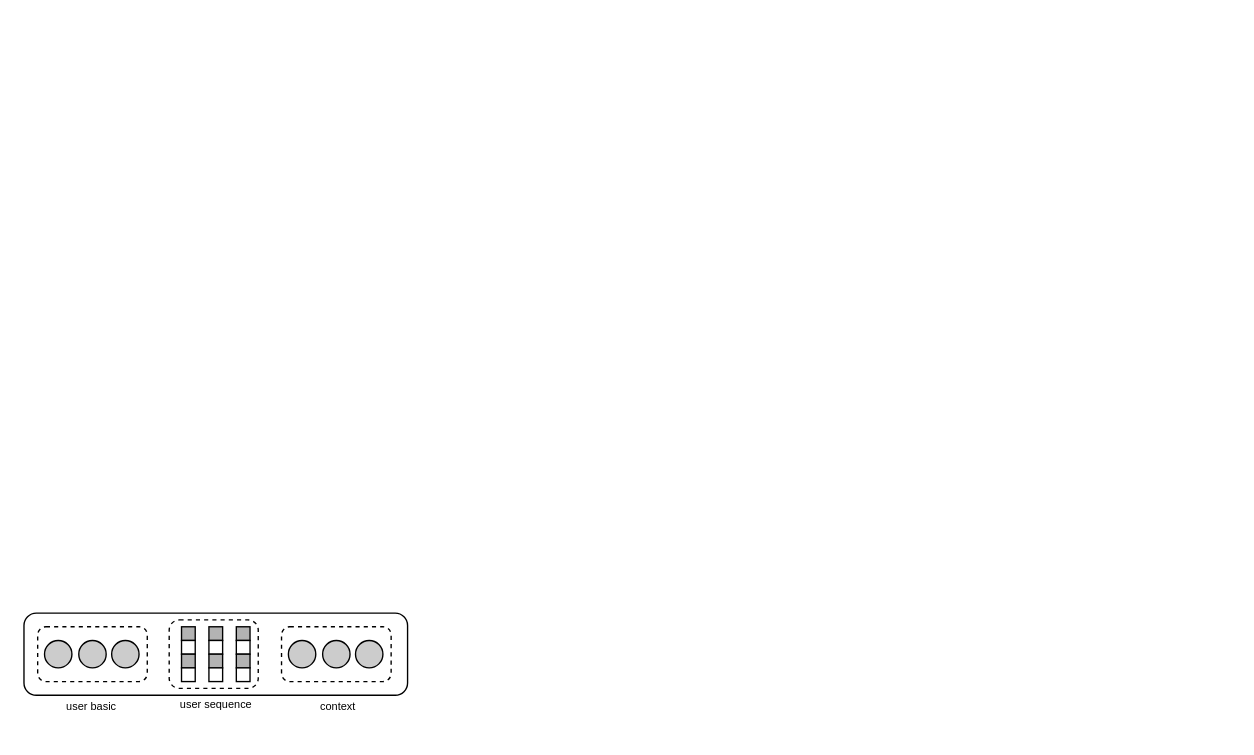
This is mm4p.drawio from ronxiao/hello-world, a draw.io file, before an edit. Source tidied: cells renumbered, new cells numbered last; positions are measured from the earlier drawing's top-left corner, leaving out a move shared by most shapes. Both pictures are drawn from the tidied source at 137%, with x=0, y=0 at pixel (23, 612).
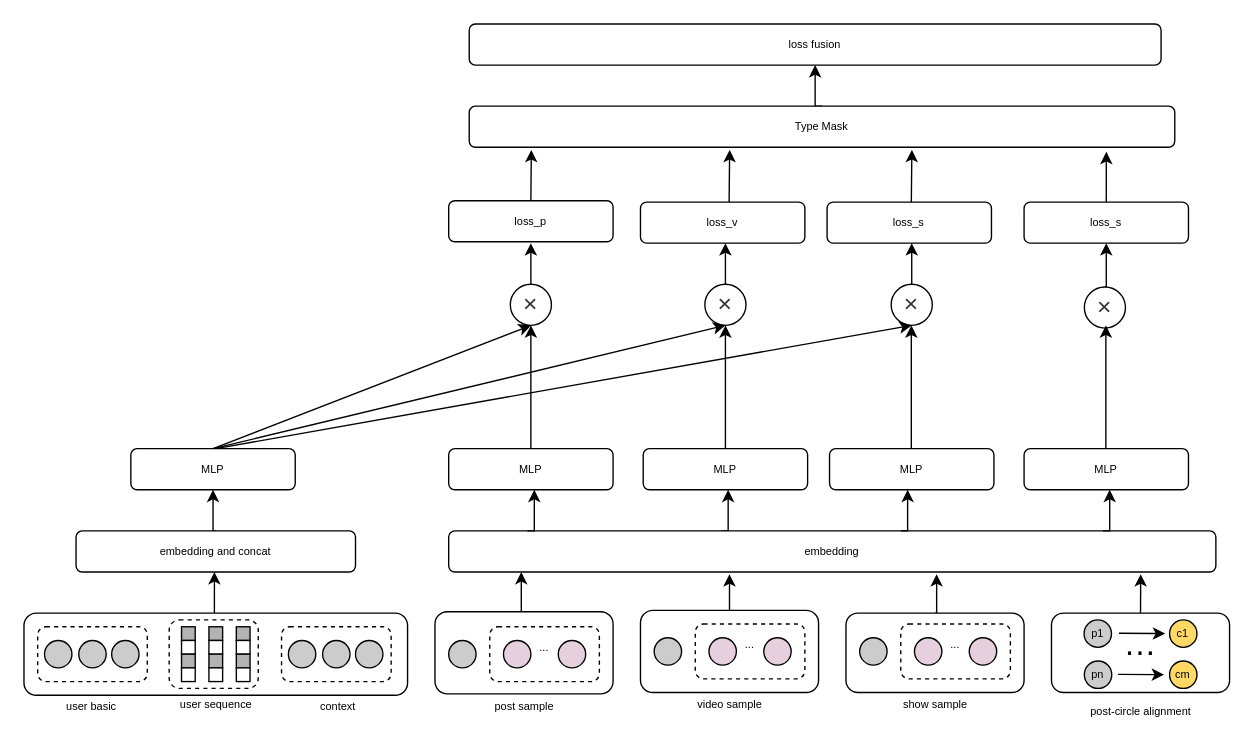
The same diagram, later.

Change to the diagram source:
```diff
@@
+    <mxCell id="30" style="edgeStyle=orthogonalEdgeStyle;rounded=0;orthogonalLoop=1;jettySize=auto;html=1;entryX=0.5;entryY=1;entryDx=0;entryDy=0;fontSize=8;" parent="1" edge="1">
+      <mxGeometry relative="1" as="geometry">
+        <mxPoint x="139" as="sourcePoint" />
+        <mxPoint x="139" y="-30" as="targetPoint" />
+      </mxGeometry>
+    </mxCell>
@@
+    <mxCell id="31" style="edgeStyle=orthogonalEdgeStyle;rounded=0;jettySize=auto;html=1;exitX=0.5;exitY=0;exitDx=0;exitDy=0;entryX=0.5;entryY=1;entryDx=0;entryDy=0;fontSize=8;" parent="1" edge="1" source="32" target="59">
+      <mxGeometry relative="1" as="geometry" />
+    </mxCell>
+    <mxCell id="32" value="embedding and concat" style="rounded=1;whiteSpace=wrap;html=1;fontSize=8;fillColor=#FFFFFF;" parent="1" vertex="1">
+      <mxGeometry x="38" y="-60" width="204" height="30" as="geometry" />
+    </mxCell>
+    <mxCell id="33" style="edgeStyle=orthogonalEdgeStyle;rounded=0;orthogonalLoop=1;jettySize=auto;html=1;exitX=0.5;exitY=0;exitDx=0;exitDy=0;fontSize=24;" parent="1" edge="1">
+      <mxGeometry relative="1" as="geometry">
+        <mxPoint x="365" y="-1" as="sourcePoint" />
+        <mxPoint x="363" y="-30" as="targetPoint" />
+      </mxGeometry>
+    </mxCell>
+    <mxCell id="34" style="rounded=1;whiteSpace=wrap;html=1;fontSize=8;fillColor=#FFFFFF;" parent="1" vertex="1">
+      <mxGeometry x="300" y="-1" width="130" height="60" as="geometry" />
+    </mxCell>
+    <mxCell id="35" style="ellipse;whiteSpace=wrap;html=1;fontSize=8;fillColor=#CCCCCC;" parent="1" vertex="1">
+      <mxGeometry x="310" y="20" width="20" height="20" as="geometry" />
+    </mxCell>
+    <mxCell id="36" style="rounded=1;whiteSpace=wrap;html=1;dashed=1;fontSize=8;fillColor=#FFFFFF;" parent="1" vertex="1">
+      <mxGeometry x="340" y="10" width="80" height="40" as="geometry" />
+    </mxCell>
+    <mxCell id="37" style="ellipse;whiteSpace=wrap;html=1;fontSize=8;fillColor=#E6D0DE;" parent="1" vertex="1">
+      <mxGeometry x="350" y="20" width="20" height="20" as="geometry" />
+    </mxCell>
+    <mxCell id="38" style="ellipse;whiteSpace=wrap;html=1;fontSize=8;fillColor=#E6D0DE;" parent="1" vertex="1">
+      <mxGeometry x="390" y="20" width="20" height="20" as="geometry" />
+    </mxCell>
+    <mxCell id="39" value="..." style="text;html=1;strokeColor=none;fillColor=none;align=center;verticalAlign=middle;whiteSpace=wrap;rounded=0;fontSize=8;" parent="1" vertex="1">
+      <mxGeometry x="350" y="10" width="60" height="30" as="geometry" />
+    </mxCell>
+    <mxCell id="40" value="&lt;font style=&quot;font-size: 8px&quot;&gt;post sample&lt;/font&gt;" style="text;html=1;strokeColor=none;fillColor=none;align=center;verticalAlign=middle;whiteSpace=wrap;rounded=0;" parent="1" vertex="1">
+      <mxGeometry x="323.8" y="52" width="82.5" height="30" as="geometry" />
+    </mxCell>
+    <mxCell id="41" style="edgeStyle=orthogonalEdgeStyle;rounded=0;jettySize=auto;html=1;exitX=0.5;exitY=0;exitDx=0;exitDy=0;entryX=0.366;entryY=1.053;entryDx=0;entryDy=0;entryPerimeter=0;fontSize=24;" parent="1" edge="1" source="42" target="58">
+      <mxGeometry relative="1" as="geometry" />
+    </mxCell>
+    <mxCell id="42" style="rounded=1;whiteSpace=wrap;html=1;fontSize=8;fillColor=#FFFFFF;" parent="1" vertex="1">
+      <mxGeometry x="450" y="-2" width="130" height="60" as="geometry" />
+    </mxCell>
+    <mxCell id="43" style="ellipse;whiteSpace=wrap;html=1;fontSize=8;fillColor=#CCCCCC;" parent="1" vertex="1">
+      <mxGeometry x="460" y="18" width="20" height="20" as="geometry" />
+    </mxCell>
+    <mxCell id="44" style="rounded=1;whiteSpace=wrap;html=1;dashed=1;fontSize=8;fillColor=#FFFFFF;" parent="1" vertex="1">
+      <mxGeometry x="490" y="8" width="80" height="40" as="geometry" />
+    </mxCell>
+    <mxCell id="45" style="ellipse;whiteSpace=wrap;html=1;fontSize=8;fillColor=#E6D0DE;" parent="1" vertex="1">
+      <mxGeometry x="500" y="18" width="20" height="20" as="geometry" />
+    </mxCell>
+    <mxCell id="46" style="ellipse;whiteSpace=wrap;html=1;fontSize=8;fillColor=#E6D0DE;" parent="1" vertex="1">
+      <mxGeometry x="540" y="18" width="20" height="20" as="geometry" />
+    </mxCell>
+    <mxCell id="47" value="..." style="text;html=1;strokeColor=none;fillColor=none;align=center;verticalAlign=middle;whiteSpace=wrap;rounded=0;fontSize=8;" parent="1" vertex="1">
+      <mxGeometry x="500" y="8" width="60" height="30" as="geometry" />
+    </mxCell>
+    <mxCell id="48" value="&lt;font style=&quot;font-size: 8px&quot;&gt;video sample&lt;/font&gt;" style="text;html=1;strokeColor=none;fillColor=none;align=center;verticalAlign=middle;whiteSpace=wrap;rounded=0;" parent="1" vertex="1">
+      <mxGeometry x="473.8" y="51" width="82.5" height="30" as="geometry" />
+    </mxCell>
+    <mxCell id="49" style="edgeStyle=orthogonalEdgeStyle;rounded=0;jettySize=auto;html=1;exitX=0.5;exitY=0;exitDx=0;exitDy=0;entryX=0.636;entryY=1.053;entryDx=0;entryDy=0;entryPerimeter=0;fontSize=24;" parent="1" edge="1" source="50" target="58">
+      <mxGeometry relative="1" as="geometry" />
+    </mxCell>
+    <mxCell id="50" style="rounded=1;whiteSpace=wrap;html=1;fontSize=8;fillColor=#FFFFFF;" parent="1" vertex="1">
+      <mxGeometry x="600" width="130" height="58" as="geometry" />
+    </mxCell>
+    <mxCell id="51" style="ellipse;whiteSpace=wrap;html=1;fontSize=8;fillColor=#CCCCCC;" parent="1" vertex="1">
+      <mxGeometry x="610" y="18" width="20" height="20" as="geometry" />
+    </mxCell>
+    <mxCell id="52" style="rounded=1;whiteSpace=wrap;html=1;dashed=1;fontSize=8;fillColor=#FFFFFF;" parent="1" vertex="1">
+      <mxGeometry x="640" y="8" width="80" height="40" as="geometry" />
+    </mxCell>
+    <mxCell id="53" style="ellipse;whiteSpace=wrap;html=1;fontSize=8;fillColor=#E6D0DE;" parent="1" vertex="1">
+      <mxGeometry x="650" y="18" width="20" height="20" as="geometry" />
+    </mxCell>
+    <mxCell id="54" style="ellipse;whiteSpace=wrap;html=1;fontSize=8;fillColor=#E6D0DE;" parent="1" vertex="1">
+      <mxGeometry x="690" y="18" width="20" height="20" as="geometry" />
+    </mxCell>
+    <mxCell id="55" value="..." style="text;html=1;strokeColor=none;fillColor=none;align=center;verticalAlign=middle;whiteSpace=wrap;rounded=0;fontSize=8;" parent="1" vertex="1">
+      <mxGeometry x="650" y="8" width="60" height="30" as="geometry" />
+    </mxCell>
+    <mxCell id="56" value="&lt;font style=&quot;font-size: 8px&quot;&gt;show sample&lt;/font&gt;" style="text;html=1;strokeColor=none;fillColor=none;align=center;verticalAlign=middle;whiteSpace=wrap;rounded=0;" parent="1" vertex="1">
+      <mxGeometry x="623.8" y="51" width="82.5" height="30" as="geometry" />
+    </mxCell>
+    <mxCell id="57" style="edgeStyle=orthogonalEdgeStyle;rounded=0;orthogonalLoop=1;jettySize=auto;html=1;exitX=0.5;exitY=0;exitDx=0;exitDy=0;entryX=0.458;entryY=1;entryDx=0;entryDy=0;entryPerimeter=0;fontSize=8;" parent="1" edge="1">
+      <mxGeometry relative="1" as="geometry">
+        <mxPoint x="509" y="-60" as="sourcePoint" />
+        <mxPoint x="514" y="-90" as="targetPoint" />
+      </mxGeometry>
+    </mxCell>
+    <mxCell id="58" value="embedding" style="rounded=1;whiteSpace=wrap;html=1;fontSize=8;fillColor=#FFFFFF;" parent="1" vertex="1">
+      <mxGeometry x="310" y="-60" width="560" height="30" as="geometry" />
+    </mxCell>
+    <mxCell id="59" value="MLP" style="rounded=1;whiteSpace=wrap;html=1;fontSize=8;fillColor=#FFFFFF;" parent="1" vertex="1">
+      <mxGeometry x="78" y="-120" width="120" height="30" as="geometry" />
+    </mxCell>
+    <mxCell id="60" style="edgeStyle=orthogonalEdgeStyle;rounded=0;jettySize=auto;html=1;exitX=0.5;exitY=0;exitDx=0;exitDy=0;entryX=0.5;entryY=1;entryDx=0;entryDy=0;fontSize=18;" parent="1" edge="1" source="61" target="68">
+      <mxGeometry relative="1" as="geometry" />
+    </mxCell>
+    <mxCell id="61" value="MLP" style="rounded=1;whiteSpace=wrap;html=1;fontSize=8;fillColor=#FFFFFF;" parent="1" vertex="1">
+      <mxGeometry x="452" y="-120" width="120" height="30" as="geometry" />
+    </mxCell>
+    <mxCell id="62" style="edgeStyle=orthogonalEdgeStyle;rounded=0;jettySize=auto;html=1;exitX=0.5;exitY=0;exitDx=0;exitDy=0;entryX=0.5;entryY=1;entryDx=0;entryDy=0;fontSize=18;" parent="1" edge="1" source="63" target="67">
+      <mxGeometry relative="1" as="geometry" />
+    </mxCell>
+    <mxCell id="63" value="MLP" style="rounded=1;whiteSpace=wrap;html=1;fontSize=8;fillColor=#FFFFFF;" parent="1" vertex="1">
+      <mxGeometry x="310" y="-120" width="120" height="30" as="geometry" />
+    </mxCell>
+    <mxCell id="64" value="MLP" style="rounded=1;whiteSpace=wrap;html=1;fontSize=8;fillColor=#FFFFFF;" parent="1" vertex="1">
+      <mxGeometry x="588" y="-120" width="120" height="30" as="geometry" />
+    </mxCell>
+    <mxCell id="65" style="edgeStyle=orthogonalEdgeStyle;rounded=0;orthogonalLoop=1;jettySize=auto;html=1;exitX=0.5;exitY=0;exitDx=0;exitDy=0;entryX=0.458;entryY=1;entryDx=0;entryDy=0;entryPerimeter=0;fontSize=8;" parent="1" edge="1">
+      <mxGeometry relative="1" as="geometry">
+        <mxPoint x="367.5" y="-60" as="sourcePoint" />
+        <mxPoint x="372.5" y="-90" as="targetPoint" />
+      </mxGeometry>
+    </mxCell>
+    <mxCell id="66" style="edgeStyle=orthogonalEdgeStyle;rounded=0;orthogonalLoop=1;jettySize=auto;html=1;exitX=0.5;exitY=0;exitDx=0;exitDy=0;entryX=0.458;entryY=1;entryDx=0;entryDy=0;entryPerimeter=0;fontSize=8;" parent="1" edge="1">
+      <mxGeometry relative="1" as="geometry">
+        <mxPoint x="640" y="-60" as="sourcePoint" />
+        <mxPoint x="645" y="-90" as="targetPoint" />
+      </mxGeometry>
+    </mxCell>
+    <mxCell id="67" value="&lt;h1 class=&quot;exp-title-h1&quot; title=&quot;word怎么打钩打叉和怎么输入“√ ”和 “×”？&quot; style=&quot;margin: 0px ; padding: 0px ; color: rgb(51 , 51 , 51) ; font-weight: 400 ; background-color: rgb(255 , 255 , 255)&quot;&gt;&lt;font style=&quot;font-size: 18px&quot;&gt;×&lt;/font&gt;&lt;/h1&gt;" style="ellipse;whiteSpace=wrap;html=1;fontSize=8;fillColor=#FFFFFF;" parent="1" vertex="1">
+      <mxGeometry x="355" y="-240" width="30" height="30" as="geometry" />
+    </mxCell>
+    <mxCell id="68" value="&lt;h1 class=&quot;exp-title-h1&quot; title=&quot;word怎么打钩打叉和怎么输入“√ ”和 “×”？&quot; style=&quot;margin: 0px ; padding: 0px ; color: rgb(51 , 51 , 51) ; font-weight: 400 ; background-color: rgb(255 , 255 , 255)&quot;&gt;&lt;font style=&quot;font-size: 18px&quot;&gt;×&lt;/font&gt;&lt;/h1&gt;" style="ellipse;whiteSpace=wrap;html=1;fontSize=8;fillColor=#FFFFFF;" parent="1" vertex="1">
+      <mxGeometry x="497" y="-240" width="30" height="30" as="geometry" />
+    </mxCell>
+    <mxCell id="69" value="&lt;h1 class=&quot;exp-title-h1&quot; title=&quot;word怎么打钩打叉和怎么输入“√ ”和 “×”？&quot; style=&quot;margin: 0px ; padding: 0px ; color: rgb(51 , 51 , 51) ; font-weight: 400 ; background-color: rgb(255 , 255 , 255)&quot;&gt;&lt;font style=&quot;font-size: 18px&quot;&gt;×&lt;/font&gt;&lt;/h1&gt;" style="ellipse;whiteSpace=wrap;html=1;fontSize=8;fillColor=#FFFFFF;" parent="1" vertex="1">
+      <mxGeometry x="633" y="-240" width="30" height="30" as="geometry" />
+    </mxCell>
+    <mxCell id="70" style="edgeStyle=orthogonalEdgeStyle;rounded=0;orthogonalLoop=1;jettySize=auto;html=1;exitX=0.5;exitY=0;exitDx=0;exitDy=0;entryX=0.5;entryY=1;entryDx=0;entryDy=0;fontSize=18;" parent="1" edge="1">
+      <mxGeometry relative="1" as="geometry">
+        <mxPoint x="647.7" y="-120" as="sourcePoint" />
+        <mxPoint x="647.7" y="-210" as="targetPoint" />
+      </mxGeometry>
+    </mxCell>
+    <mxCell id="71" style="endArrow=classic;html=1;rounded=0;fontSize=18;entryX=0.5;entryY=1;entryDx=0;entryDy=0;exitX=0.5;exitY=0;exitDx=0;exitDy=0;" parent="1" edge="1" source="59" target="67">
+      <mxGeometry relative="1" as="geometry" />
+    </mxCell>
+    <mxCell id="72" style="endArrow=classic;html=1;rounded=0;fontSize=18;entryX=0.5;entryY=1;entryDx=0;entryDy=0;" parent="1" edge="1" target="68">
+      <mxGeometry relative="1" as="geometry">
+        <mxPoint x="138" y="-120" as="sourcePoint" />
+      </mxGeometry>
+    </mxCell>
+    <mxCell id="73" style="endArrow=classic;html=1;rounded=0;fontSize=18;entryX=0.5;entryY=1;entryDx=0;entryDy=0;" parent="1" edge="1" target="69">
+      <mxGeometry relative="1" as="geometry">
+        <mxPoint x="140" y="-120" as="sourcePoint" />
+      </mxGeometry>
+    </mxCell>
+    <mxCell id="74" style="edgeStyle=orthogonalEdgeStyle;rounded=0;jettySize=auto;html=1;exitX=0.5;exitY=0;exitDx=0;exitDy=0;entryX=0.088;entryY=1.064;entryDx=0;entryDy=0;entryPerimeter=0;fontSize=24;" parent="1" edge="1" source="75" target="82">
+      <mxGeometry relative="1" as="geometry" />
+    </mxCell>
+    <mxCell id="75" value="loss_p" style="rounded=1;whiteSpace=wrap;html=1;fontSize=8;fillColor=#FFFFFF;" parent="1" vertex="1">
+      <mxGeometry x="310" y="-301" width="120" height="30" as="geometry" />
+    </mxCell>
+    <mxCell id="76" value="loss_v" style="rounded=1;whiteSpace=wrap;html=1;fontSize=8;fillColor=#FFFFFF;" parent="1" vertex="1">
+      <mxGeometry x="450" y="-300" width="120" height="30" as="geometry" />
+    </mxCell>
+    <mxCell id="77" value="loss_s" style="rounded=1;whiteSpace=wrap;html=1;fontSize=8;fillColor=#FFFFFF;" parent="1" vertex="1">
+      <mxGeometry x="586.2" y="-300" width="120" height="30" as="geometry" />
+    </mxCell>
+    <mxCell id="78" style="endArrow=classic;html=1;rounded=0;fontSize=18;exitX=0.5;exitY=0;exitDx=0;exitDy=0;" parent="1" edge="1" source="67">
+      <mxGeometry relative="1" as="geometry">
+        <mxPoint x="370" y="-270" as="targetPoint" />
+      </mxGeometry>
+    </mxCell>
+    <mxCell id="79" style="endArrow=classic;html=1;rounded=0;fontSize=18;exitX=0.5;exitY=0;exitDx=0;exitDy=0;" parent="1" edge="1" source="68">
+      <mxGeometry relative="1" as="geometry">
+        <mxPoint x="512" y="-270" as="targetPoint" />
+      </mxGeometry>
+    </mxCell>
+    <mxCell id="80" style="endArrow=classic;html=1;rounded=0;fontSize=18;exitX=0.5;exitY=0;exitDx=0;exitDy=0;" parent="1" edge="1" source="69">
+      <mxGeometry relative="1" as="geometry">
+        <mxPoint x="648" y="-270" as="targetPoint" />
+      </mxGeometry>
+    </mxCell>
+    <mxCell id="81" style="edgeStyle=orthogonalEdgeStyle;rounded=0;jettySize=auto;html=1;exitX=0.5;exitY=0;exitDx=0;exitDy=0;entryX=0.5;entryY=1;entryDx=0;entryDy=0;fontSize=18;" parent="1" edge="1" source="82" target="85">
+      <mxGeometry relative="1" as="geometry" />
+    </mxCell>
+    <mxCell id="82" value="Type Mask" style="rounded=1;whiteSpace=wrap;html=1;fontSize=8;fillColor=#FFFFFF;" parent="1" vertex="1">
+      <mxGeometry x="325" y="-370" width="515" height="30" as="geometry" />
+    </mxCell>
+    <mxCell id="83" style="endArrow=classic;html=1;rounded=0;fontSize=18;entryX=0.12;entryY=1.064;entryDx=0;entryDy=0;entryPerimeter=0;" parent="1" edge="1">
+      <mxGeometry relative="1" as="geometry">
+        <mxPoint x="514.7" y="-300" as="sourcePoint" />
+        <mxPoint x="515.1" y="-338.1" as="targetPoint" />
+      </mxGeometry>
+    </mxCell>
+    <mxCell id="84" style="endArrow=classic;html=1;rounded=0;fontSize=18;entryX=0.12;entryY=1.064;entryDx=0;entryDy=0;entryPerimeter=0;" parent="1" edge="1">
+      <mxGeometry relative="1" as="geometry">
+        <mxPoint x="647.7" y="-300" as="sourcePoint" />
+        <mxPoint x="648.1" y="-338.1" as="targetPoint" />
+      </mxGeometry>
+    </mxCell>
+    <mxCell id="85" value="loss fusion" style="rounded=1;whiteSpace=wrap;html=1;fontSize=8;fillColor=#FFFFFF;" parent="1" vertex="1">
+      <mxGeometry x="325" y="-430" width="505" height="30" as="geometry" />
+    </mxCell>
+    <mxCell id="86" style="edgeStyle=orthogonalEdgeStyle;rounded=0;jettySize=auto;html=1;exitX=0.5;exitY=0;exitDx=0;exitDy=0;entryX=0.902;entryY=1.053;entryDx=0;entryDy=0;entryPerimeter=0;fontSize=24;" parent="1" edge="1" source="87" target="58">
+      <mxGeometry relative="1" as="geometry" />
+    </mxCell>
+    <mxCell id="87" style="rounded=1;whiteSpace=wrap;html=1;fontSize=8;fillColor=#FFFFFF;" parent="1" vertex="1">
+      <mxGeometry x="750" width="130" height="58" as="geometry" />
+    </mxCell>
+    <mxCell id="88" value="&lt;font style=&quot;font-size: 8px&quot;&gt;post-circle alignment&lt;/font&gt;" style="text;html=1;strokeColor=none;fillColor=none;align=center;verticalAlign=middle;whiteSpace=wrap;rounded=0;" parent="1" vertex="1">
+      <mxGeometry x="773.8" y="56" width="82.5" height="30" as="geometry" />
+    </mxCell>
+    <mxCell id="89" value="p1" style="ellipse;whiteSpace=wrap;html=1;fontSize=8;fillColor=#CCCCCC;" parent="1" vertex="1">
+      <mxGeometry x="773.8" y="5" width="20" height="20" as="geometry" />
+    </mxCell>
+    <mxCell id="90" style="endArrow=classic;html=1;rounded=0;fontSize=18;" parent="1" edge="1">
+      <mxGeometry relative="1" as="geometry">
+        <mxPoint x="799.2" y="14.7" as="sourcePoint" />
+        <mxPoint x="833" y="15" as="targetPoint" />
+      </mxGeometry>
+    </mxCell>
+    <mxCell id="91" value="c1" style="ellipse;whiteSpace=wrap;html=1;fontSize=8;fillColor=#FFD966;" parent="1" vertex="1">
+      <mxGeometry x="836.2" y="5" width="20" height="20" as="geometry" />
+    </mxCell>
+    <mxCell id="92" value="pn" style="ellipse;whiteSpace=wrap;html=1;fontSize=8;fillColor=#CCCCCC;" parent="1" vertex="1">
+      <mxGeometry x="774" y="35" width="20" height="20" as="geometry" />
+    </mxCell>
+    <mxCell id="93" value="cm" style="ellipse;whiteSpace=wrap;html=1;fontSize=8;fillColor=#FFD966;" parent="1" vertex="1">
+      <mxGeometry x="836.2" y="35" width="20" height="20" as="geometry" />
+    </mxCell>
+    <mxCell id="94" style="endArrow=classic;html=1;rounded=0;fontSize=18;" parent="1" edge="1">
+      <mxGeometry relative="1" as="geometry">
+        <mxPoint x="798.5" y="44.7" as="sourcePoint" />
+        <mxPoint x="832.2" y="45" as="targetPoint" />
+      </mxGeometry>
+    </mxCell>
+    <mxCell id="95" value="…" style="text;html=1;strokeColor=none;fillColor=none;align=center;verticalAlign=middle;whiteSpace=wrap;rounded=0;fontSize=24;" parent="1" vertex="1">
+      <mxGeometry x="783" y="12" width="64" height="22" as="geometry" />
+    </mxCell>
+    <mxCell id="96" value="MLP" style="rounded=1;whiteSpace=wrap;html=1;fontSize=8;fillColor=#FFFFFF;" parent="1" vertex="1">
+      <mxGeometry x="730" y="-120" width="120" height="30" as="geometry" />
+    </mxCell>
+    <mxCell id="97" style="edgeStyle=orthogonalEdgeStyle;rounded=0;orthogonalLoop=1;jettySize=auto;html=1;exitX=0.5;exitY=0;exitDx=0;exitDy=0;entryX=0.458;entryY=1;entryDx=0;entryDy=0;entryPerimeter=0;fontSize=8;" parent="1" edge="1">
+      <mxGeometry relative="1" as="geometry">
+        <mxPoint x="787.5" y="-60" as="sourcePoint" />
+        <mxPoint x="792.5" y="-90" as="targetPoint" />
+      </mxGeometry>
+    </mxCell>
+    <mxCell id="98" style="edgeStyle=orthogonalEdgeStyle;rounded=0;jettySize=auto;html=1;exitX=0.5;exitY=0;exitDx=0;exitDy=0;entryX=0.5;entryY=1;entryDx=0;entryDy=0;fontSize=24;" parent="1" edge="1" source="99" target="102">
+      <mxGeometry relative="1" as="geometry" />
+    </mxCell>
+    <mxCell id="99" value="&lt;h1 class=&quot;exp-title-h1&quot; title=&quot;word怎么打钩打叉和怎么输入“√ ”和 “×”？&quot; style=&quot;margin: 0px ; padding: 0px ; color: rgb(51 , 51 , 51) ; font-weight: 400 ; background-color: rgb(255 , 255 , 255)&quot;&gt;&lt;font style=&quot;font-size: 18px&quot;&gt;×&lt;/font&gt;&lt;/h1&gt;" style="ellipse;whiteSpace=wrap;html=1;fontSize=8;fillColor=#FFFFFF;" parent="1" vertex="1">
+      <mxGeometry x="774" y="-238" width="30" height="30" as="geometry" />
+    </mxCell>
+    <mxCell id="100" style="edgeStyle=orthogonalEdgeStyle;rounded=0;orthogonalLoop=1;jettySize=auto;html=1;exitX=0.5;exitY=0;exitDx=0;exitDy=0;entryX=0.5;entryY=1;entryDx=0;entryDy=0;fontSize=18;" parent="1" edge="1">
+      <mxGeometry relative="1" as="geometry">
+        <mxPoint x="789.7" y="-120" as="sourcePoint" />
+        <mxPoint x="789.7" y="-210" as="targetPoint" />
+      </mxGeometry>
+    </mxCell>
+    <mxCell id="101" style="edgeStyle=orthogonalEdgeStyle;rounded=0;jettySize=auto;html=1;exitX=0.5;exitY=0;exitDx=0;exitDy=0;entryX=0.903;entryY=1.11;entryDx=0;entryDy=0;entryPerimeter=0;fontSize=24;" parent="1" edge="1" source="102" target="82">
+      <mxGeometry relative="1" as="geometry" />
+    </mxCell>
+    <mxCell id="102" value="loss_s" style="rounded=1;whiteSpace=wrap;html=1;fontSize=8;fillColor=#FFFFFF;" parent="1" vertex="1">
+      <mxGeometry x="730" y="-300" width="120" height="30" as="geometry" />
+    </mxCell>
```
